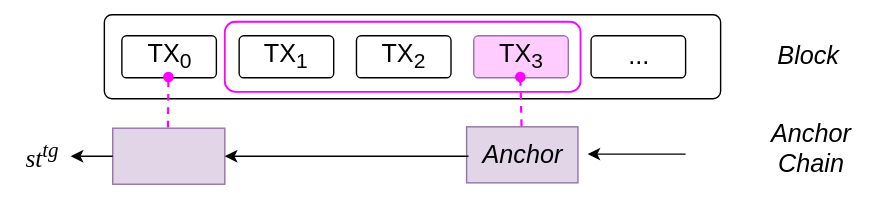
The draw.io diagram book/src/assets/anchor_chain.svg in alxiong/tachyon, before a commit. Source tidied: cells renumbered, new cells last; positions are measured from the earlier drawing's top-left corner, leaving out a move shared by most shapes.
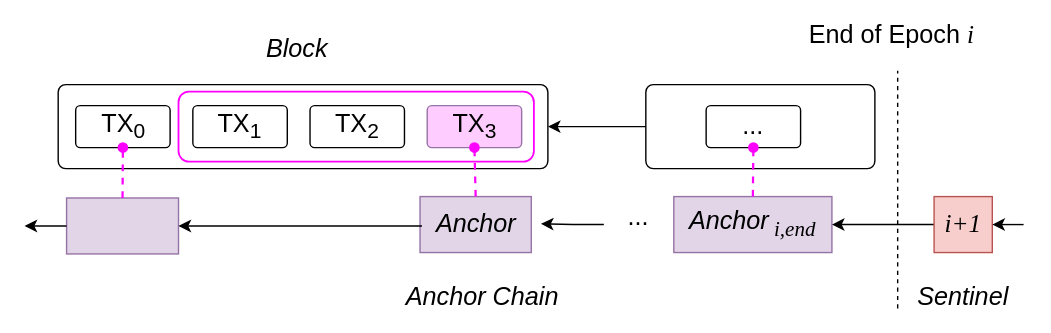
The same file after the commit.

Change to the diagram source:
```diff
@@ -3,7 +3,7 @@
     <mxCell id="0" />
     <mxCell id="1" parent="0" />
     <mxCell id="2" style="rounded=1;whiteSpace=wrap;html=1;arcSize=9;" parent="1" vertex="1">
-      <mxGeometry x="64" width="440" height="60" as="geometry" />
+      <mxGeometry x="64" width="350" height="60" as="geometry" />
     </mxCell>
     <mxCell id="3" value="&lt;font style=&quot;font-size: 18px;&quot;&gt;TX&lt;sub style=&quot;&quot;&gt;0&lt;/sub&gt;&lt;/font&gt;" style="rounded=1;whiteSpace=wrap;html=1;arcSize=11;" parent="1" vertex="1">
       <mxGeometry x="76.5" y="15" width="67.5" height="30" as="geometry" />
@@ -17,46 +17,83 @@
     <mxCell id="6" value="&lt;font style=&quot;font-size: 18px;&quot;&gt;TX&lt;sub style=&quot;&quot;&gt;3&lt;/sub&gt;&lt;/font&gt;" style="rounded=1;whiteSpace=wrap;html=1;arcSize=11;fillColor=#FFCCFF;strokeColor=#9673a6;" parent="1" vertex="1">
       <mxGeometry x="327.8" y="15" width="67.5" height="30" as="geometry" />
     </mxCell>
-    <mxCell id="7" value="&lt;span style=&quot;font-size: 18px;&quot;&gt;...&lt;/span&gt;" style="rounded=1;whiteSpace=wrap;html=1;arcSize=11;" parent="1" vertex="1">
-      <mxGeometry x="411.5" y="15" width="67.5" height="30" as="geometry" />
+    <mxCell id="7" style="rounded=1;whiteSpace=wrap;html=1;fillColor=none;strokeColor=#FF00FF;strokeWidth=1.3;" parent="1" vertex="1">
+      <mxGeometry x="150" y="5" width="254" height="50" as="geometry" />
     </mxCell>
-    <mxCell id="8" style="rounded=1;whiteSpace=wrap;html=1;fillColor=none;strokeColor=#FF00FF;strokeWidth=1.3;" parent="1" vertex="1">
-      <mxGeometry x="150" y="5" width="254" height="50" as="geometry" />
+    <mxCell id="8" style="rounded=0;whiteSpace=wrap;html=1;fillColor=#e1d5e7;strokeColor=#9673a6;" parent="1" vertex="1">
+      <mxGeometry x="70" y="81" width="80" height="40" as="geometry" />
     </mxCell>
-    <mxCell id="9" style="rounded=0;whiteSpace=wrap;html=1;fillColor=#e1d5e7;strokeColor=#9673a6;" parent="1" vertex="1">
-      <mxGeometry x="70" y="81" width="80" height="40" as="geometry" />
+    <mxCell id="9" style="edgeStyle=orthogonalEdgeStyle;rounded=0;jettySize=auto;html=1;exitX=0;exitY=0.5;exitDx=0;exitDy=0;entryX=1;entryY=0.5;entryDx=0;entryDy=0;" parent="1" edge="1" source="8">
+      <mxGeometry relative="1" as="geometry">
+        <mxPoint x="40" y="101" as="targetPoint" />
+      </mxGeometry>
     </mxCell>
-    <mxCell id="10" value="&lt;font style=&quot;font-size: 18px;&quot; face=&quot;Times New Roman&quot;&gt;&lt;i&gt;st&lt;sup style=&quot;&quot;&gt;tg&lt;/sup&gt;&lt;/i&gt;&lt;/font&gt;" style="text;html=1;whiteSpace=wrap;strokeColor=none;fillColor=none;align=center;verticalAlign=middle;rounded=0;" parent="1" vertex="1">
-      <mxGeometry y="86" width="40" height="30" as="geometry" />
+    <mxCell id="10" value="&lt;font style=&quot;font-size: 18px;&quot;&gt;&lt;i&gt;Anchor&lt;/i&gt;&lt;/font&gt;" style="rounded=0;whiteSpace=wrap;html=1;fillColor=#e1d5e7;strokeColor=#9673a6;" parent="1" vertex="1">
+      <mxGeometry x="322.6" y="80" width="79.5" height="40" as="geometry" />
     </mxCell>
-    <mxCell id="11" style="edgeStyle=orthogonalEdgeStyle;rounded=0;jettySize=auto;html=1;exitX=0;exitY=0.5;exitDx=0;exitDy=0;entryX=1;entryY=0.5;entryDx=0;entryDy=0;" parent="1" edge="1" source="9" target="10">
-      <mxGeometry relative="1" as="geometry" />
+    <mxCell id="11" style="edgeStyle=orthogonalEdgeStyle;rounded=0;jettySize=auto;html=1;entryX=1;entryY=0.5;entryDx=0;entryDy=0;" parent="1" edge="1" target="8">
+      <mxGeometry relative="1" as="geometry">
+        <mxPoint x="324" y="101" as="sourcePoint" />
+      </mxGeometry>
     </mxCell>
-    <mxCell id="12" value="&lt;font style=&quot;font-size: 18px;&quot;&gt;&lt;i&gt;Anchor&lt;/i&gt;&lt;/font&gt;" style="rounded=0;whiteSpace=wrap;html=1;fillColor=#e1d5e7;strokeColor=#9673a6;" parent="1" vertex="1">
-      <mxGeometry x="322.6" y="80" width="79.5" height="40" as="geometry" />
+    <mxCell id="12" style="endArrow=oval;html=1;rounded=0;strokeColor=#FF00FF;strokeWidth=1.6;endFill=1;dashed=1;exitX=0.5;exitY=0;exitDx=0;exitDy=0;entryX=0.5;entryY=1;entryDx=0;entryDy=0;" parent="1" edge="1" source="8" target="3">
+      <mxGeometry relative="1" as="geometry" />
     </mxCell>
-    <mxCell id="13" style="edgeStyle=orthogonalEdgeStyle;rounded=0;jettySize=auto;html=1;entryX=1;entryY=0.5;entryDx=0;entryDy=0;" parent="1" edge="1" target="9">
-      <mxGeometry relative="1" as="geometry">
-        <mxPoint x="324" y="101" as="sourcePoint" />
-      </mxGeometry>
+    <mxCell id="13" style="endArrow=oval;html=1;rounded=0;strokeColor=#FF00FF;strokeWidth=1.6;endFill=1;dashed=1;exitX=0.5;exitY=0;exitDx=0;exitDy=0;entryX=0.5;entryY=1;entryDx=0;entryDy=0;" parent="1" edge="1" source="10" target="6">
+      <mxGeometry relative="1" as="geometry" />
     </mxCell>
-    <mxCell id="14" style="endArrow=oval;html=1;rounded=0;strokeColor=#FF00FF;strokeWidth=1.6;endFill=1;dashed=1;exitX=0.5;exitY=0;exitDx=0;exitDy=0;entryX=0.5;entryY=1;entryDx=0;entryDy=0;" parent="1" edge="1" source="9" target="3">
-      <mxGeometry relative="1" as="geometry" />
+    <mxCell id="14" style="edgeStyle=orthogonalEdgeStyle;rounded=0;orthogonalLoop=1;jettySize=auto;html=1;entryX=1;entryY=0.5;entryDx=0;entryDy=0;" parent="1" edge="1">
+      <mxGeometry relative="1" as="geometry">
+        <mxPoint x="454" y="100" as="sourcePoint" />
+        <mxPoint x="409" y="99.5" as="targetPoint" />
+      </mxGeometry>
     </mxCell>
-    <mxCell id="15" style="endArrow=oval;html=1;rounded=0;strokeColor=#FF00FF;strokeWidth=1.6;endFill=1;dashed=1;exitX=0.5;exitY=0;exitDx=0;exitDy=0;entryX=0.5;entryY=1;entryDx=0;entryDy=0;" parent="1" edge="1" source="12" target="6">
-      <mxGeometry relative="1" as="geometry" />
+    <mxCell id="15" value="&lt;font style=&quot;font-size: 18px;&quot;&gt;&lt;i&gt;Block&lt;/i&gt;&lt;/font&gt;" style="text;html=1;whiteSpace=wrap;strokeColor=none;fillColor=none;align=center;verticalAlign=middle;rounded=0;" parent="1" vertex="1">
+      <mxGeometry x="205.3" y="-40" width="60" height="30" as="geometry" />
     </mxCell>
-    <mxCell id="16" style="edgeStyle=orthogonalEdgeStyle;rounded=0;orthogonalLoop=1;jettySize=auto;html=1;entryX=1;entryY=0.5;entryDx=0;entryDy=0;" parent="1" edge="1">
-      <mxGeometry relative="1" as="geometry">
-        <mxPoint x="479" y="99.5" as="sourcePoint" />
-        <mxPoint x="409" y="99.5" as="targetPoint" />
-      </mxGeometry>
+    <mxCell id="16" value="&lt;i&gt;&lt;font style=&quot;font-size: 18px;&quot;&gt;Anchor Chain&lt;/font&gt;&lt;/i&gt;" style="text;html=1;whiteSpace=wrap;strokeColor=none;fillColor=none;align=center;verticalAlign=middle;rounded=0;" parent="1" vertex="1">
+      <mxGeometry x="283.5" y="137" width="168.8" height="30" as="geometry" />
     </mxCell>
-    <mxCell id="17" value="&lt;font style=&quot;font-size: 18px;&quot;&gt;&lt;i&gt;Block&lt;/i&gt;&lt;/font&gt;" style="text;html=1;whiteSpace=wrap;strokeColor=none;fillColor=none;align=center;verticalAlign=middle;rounded=0;" parent="1" vertex="1">
-      <mxGeometry x="536.8" y="15" width="60" height="30" as="geometry" />
+    <mxCell id="17" style="edgeStyle=orthogonalEdgeStyle;rounded=0;jettySize=auto;html=1;exitX=0;exitY=0.5;exitDx=0;exitDy=0;entryX=1;entryY=0.5;entryDx=0;entryDy=0;" parent="1" edge="1" source="18" target="2">
+      <mxGeometry relative="1" as="geometry" />
     </mxCell>
-    <mxCell id="18" value="&lt;i&gt;&lt;font style=&quot;font-size: 18px;&quot;&gt;Anchor Chain&lt;/font&gt;&lt;/i&gt;" style="text;html=1;whiteSpace=wrap;strokeColor=none;fillColor=none;align=center;verticalAlign=middle;rounded=0;" parent="1" vertex="1">
-      <mxGeometry x="519" y="81" width="100" height="30" as="geometry" />
+    <mxCell id="18" style="rounded=1;whiteSpace=wrap;html=1;arcSize=9;" parent="1" vertex="1">
+      <mxGeometry x="484" width="163.7" height="60" as="geometry" />
     </mxCell>
+    <mxCell id="19" value="&lt;span style=&quot;font-size: 18px;&quot;&gt;...&lt;/span&gt;" style="rounded=1;whiteSpace=wrap;html=1;arcSize=11;" parent="1" vertex="1">
+      <mxGeometry x="527.1" y="15" width="67.5" height="30" as="geometry" />
+    </mxCell>
+    <mxCell id="20" value="&lt;font style=&quot;font-size: 18px;&quot;&gt;&lt;i&gt;Anchor&lt;font face=&quot;Times New Roman&quot;&gt;&lt;sub&gt;&amp;nbsp;i,end&lt;/sub&gt;&lt;/font&gt;&lt;/i&gt;&lt;/font&gt;" style="rounded=0;whiteSpace=wrap;html=1;fillColor=#e1d5e7;strokeColor=#9673a6;" parent="1" vertex="1">
+      <mxGeometry x="504" y="80" width="113" height="40" as="geometry" />
+    </mxCell>
+    <mxCell id="21" style="endArrow=oval;html=1;rounded=0;strokeColor=#FF00FF;strokeWidth=1.6;endFill=1;dashed=1;exitX=0.5;exitY=0;exitDx=0;exitDy=0;entryX=0.5;entryY=1;entryDx=0;entryDy=0;" parent="1" edge="1" source="20" target="19">
+      <mxGeometry relative="1" as="geometry" />
+    </mxCell>
+    <mxCell id="22" style="edgeStyle=orthogonalEdgeStyle;rounded=0;jettySize=auto;html=1;exitX=0;exitY=0.5;exitDx=0;exitDy=0;entryX=1;entryY=0.5;entryDx=0;entryDy=0;" parent="1" edge="1" source="23" target="20">
+      <mxGeometry relative="1" as="geometry" />
+    </mxCell>
+    <mxCell id="23" value="&lt;i&gt;&lt;font style=&quot;font-size: 18px;&quot; face=&quot;Times New Roman&quot;&gt;i+1&lt;/font&gt;&lt;/i&gt;" style="rounded=0;whiteSpace=wrap;html=1;fillColor=#f8cecc;strokeColor=#b85450;" parent="1" vertex="1">
+      <mxGeometry x="690" y="80" width="41.6" height="40" as="geometry" />
+    </mxCell>
+    <mxCell id="24" value="&lt;font style=&quot;font-size: 18px;&quot;&gt;...&lt;/font&gt;" style="text;html=1;whiteSpace=wrap;strokeColor=none;fillColor=none;align=center;verticalAlign=middle;rounded=0;" parent="1" vertex="1">
+      <mxGeometry x="449" y="80" width="60" height="30" as="geometry" />
+    </mxCell>
+    <mxCell id="25" value="&lt;font style=&quot;font-size: 18px;&quot;&gt;&lt;i&gt;Sentinel&lt;/i&gt;&lt;/font&gt;" style="text;html=1;whiteSpace=wrap;strokeColor=none;fillColor=none;align=center;verticalAlign=middle;rounded=0;" parent="1" vertex="1">
+      <mxGeometry x="680.8" y="137" width="60" height="30" as="geometry" />
+    </mxCell>
+    <mxCell id="26" style="endArrow=none;dashed=1;html=1;rounded=0;" parent="1" edge="1">
+      <mxGeometry relative="1" as="geometry">
+        <mxPoint x="664" y="160" as="sourcePoint" />
+        <mxPoint x="664" y="-10" as="targetPoint" />
+      </mxGeometry>
+    </mxCell>
+    <mxCell id="27" value="&lt;font style=&quot;font-size: 18px;&quot;&gt;End of Epoch &lt;font face=&quot;Times New Roman&quot;&gt;&lt;i&gt;i&lt;/i&gt;&lt;/font&gt;&lt;/font&gt;" style="text;html=1;whiteSpace=wrap;strokeColor=none;fillColor=none;align=center;verticalAlign=middle;rounded=0;" parent="1" vertex="1">
+      <mxGeometry x="589" y="-50" width="142.2" height="30" as="geometry" />
+    </mxCell>
+    <mxCell id="28" style="edgeStyle=orthogonalEdgeStyle;rounded=0;jettySize=auto;html=1;entryX=1;entryY=0.5;entryDx=0;entryDy=0;" parent="1" edge="1" target="23">
+      <mxGeometry relative="1" as="geometry">
+        <mxPoint x="754" y="100" as="sourcePoint" />
+      </mxGeometry>
+    </mxCell>
   </root>
 </mxGraphModel>
```
